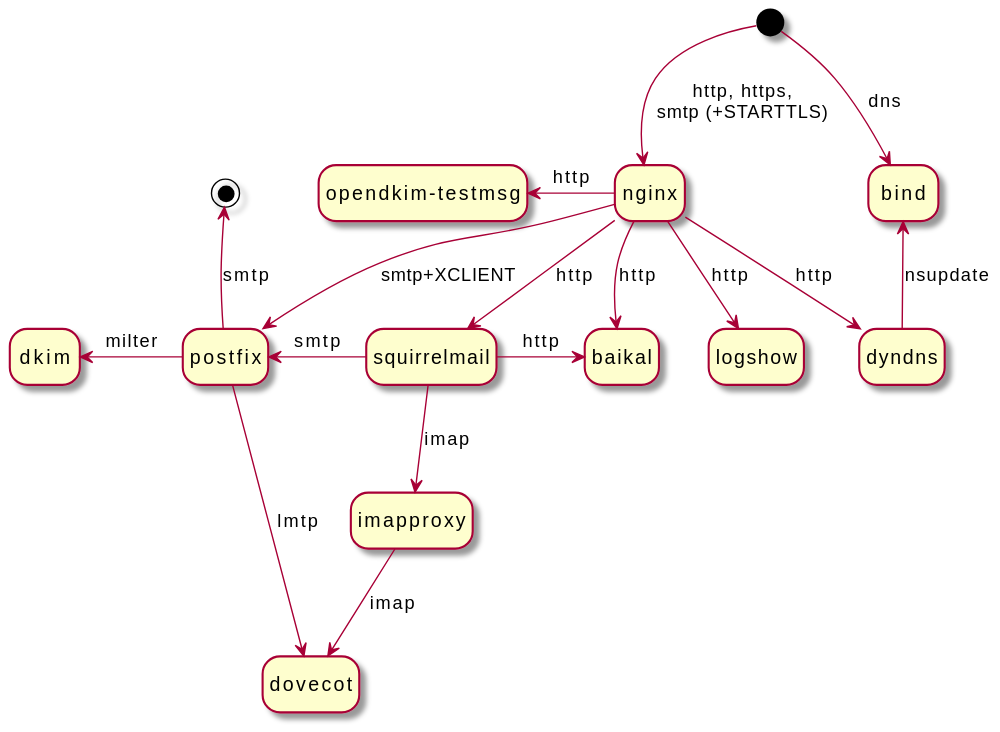
Above: containers.svg in Lex-2008/containers (PlantUML), before the change.
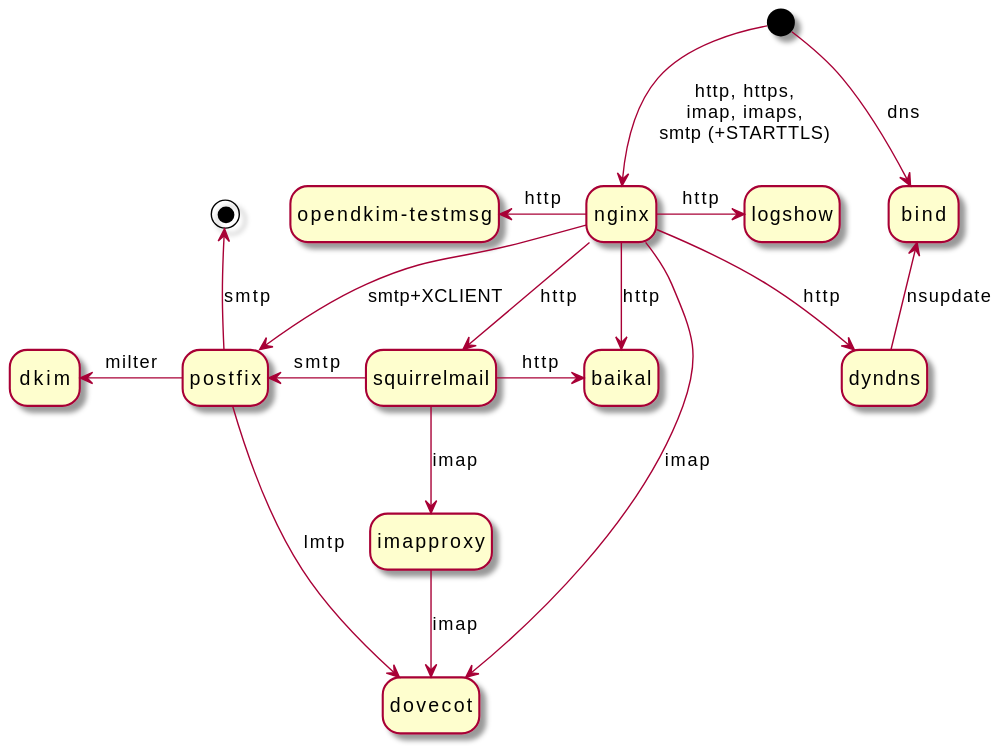
The same file after the commit.

Commit message:
add nginx-to-dovecot link to the picture

What changed in the source:
```diff
@@ -1,7 +1,7 @@
 @startuml
 hide empty description
 
-[*] --> nginx: http, https,\nsmtp (+STARTTLS)
+[*] --> nginx: http, https,\nimap, imaps,\nsmtp (+STARTTLS)
 
 [*] --> bind: dns
 nginx --> dyndns: http
@@ -17,6 +17,7 @@
 
 state dovecot
 postfix --> dovecot: lmtp
+nginx --> dovecot: imap
 
 state imapproxy
 imapproxy --> dovecot: imap
@@ -30,6 +31,6 @@
 state "opendkim-testmsg" as opendkimtestmsg
 
 nginx --> baikal: http
-nginx --> logshow: http
+nginx -r-> logshow: http
 nginx -l-> opendkimtestmsg: http
 @enduml
```
